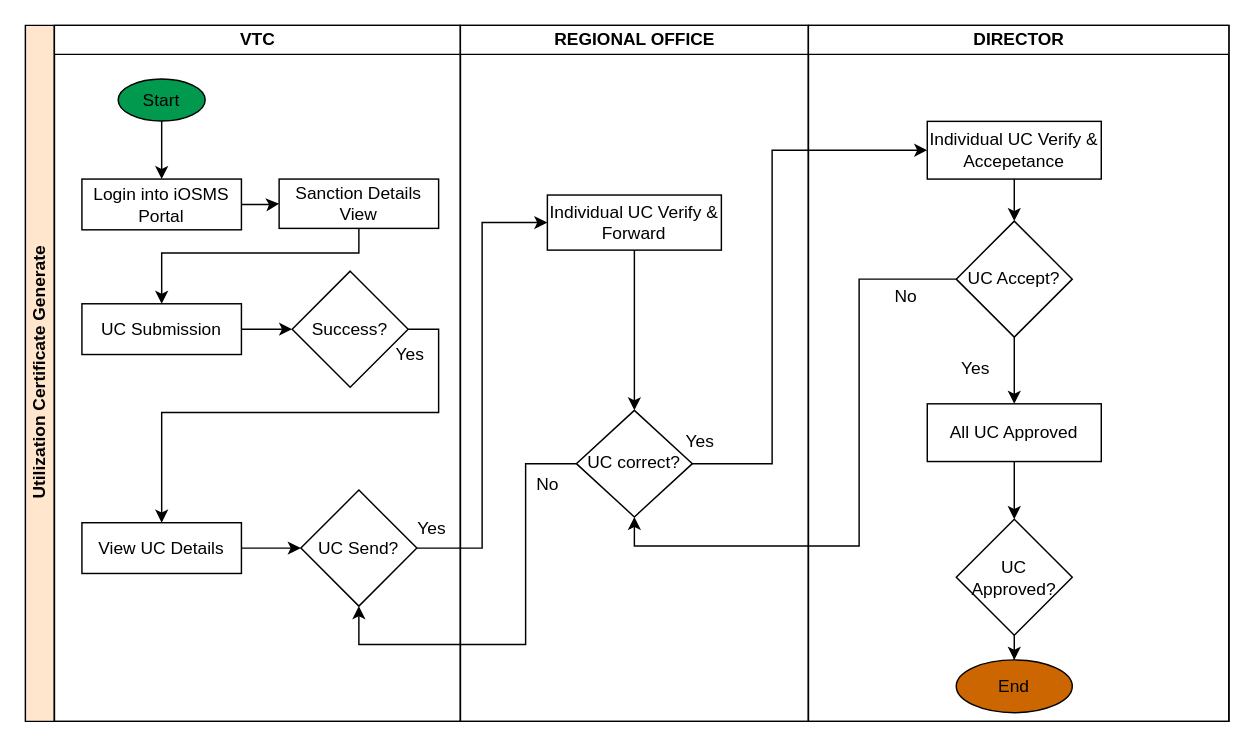
The draw.io diagram page "UC" (2 of 2) of Recurring_Grant.drawio in sourav4371/sourav, before the edit. Source tidied: cells renumbered, new cells numbered last; positions are measured from the earlier drawing's top-left corner, leaving out a move shared by most shapes. Both pictures are drawn from the tidied source at 145%, with x=0, y=0 at pixel (25, 25).
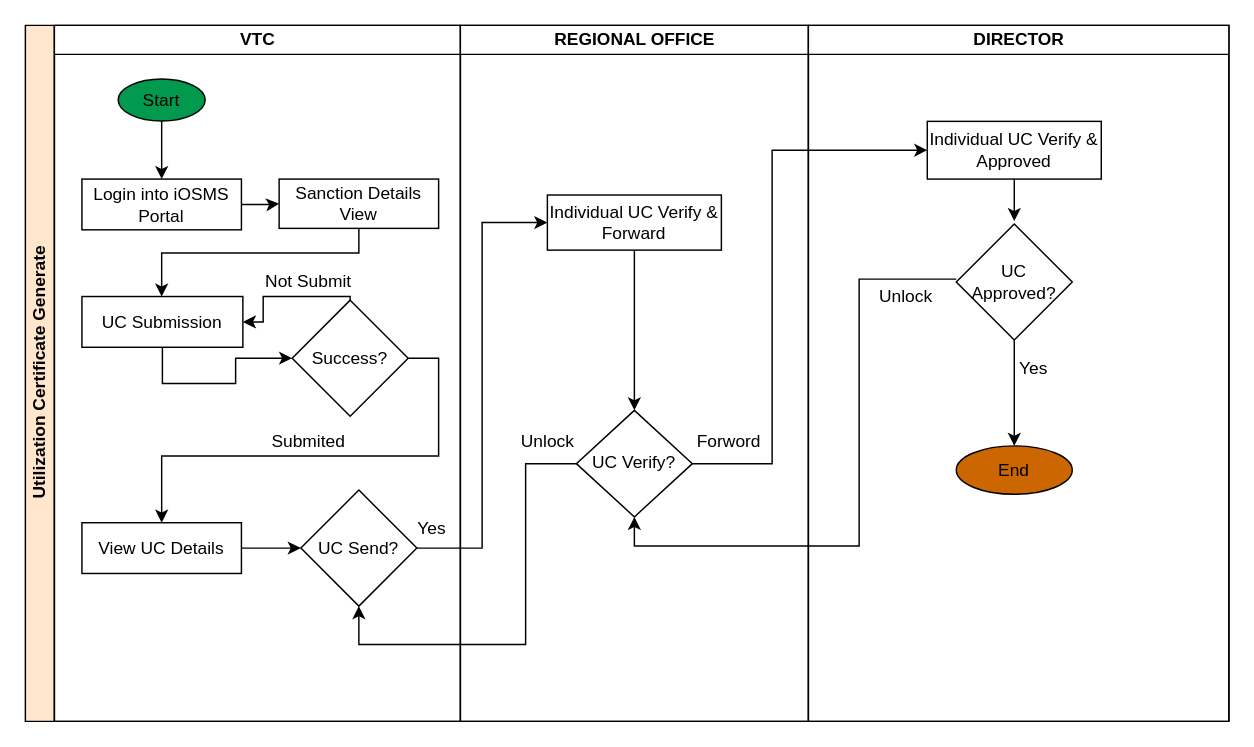
Above is the later version.

The change refers to these unchanged cells:
```xml
<mxCell id="3" value="VTC" style="swimlane;html=1;startSize=20;" parent="2" vertex="1">
  <mxGeometry x="20" width="280" height="480" as="geometry" />
</mxCell>
<mxCell id="9" value="REGIONAL OFFICE" style="swimlane;html=1;startSize=20;" parent="2" vertex="1">
  <mxGeometry x="300" width="240" height="480" as="geometry" />
</mxCell>
<mxCell id="12" value="DIRECTOR" style="swimlane;html=1;startSize=20;" parent="2" vertex="1">
  <mxGeometry x="540" width="290" height="480" as="geometry" />
</mxCell>
<mxCell id="18" value="View UC Details" style="whiteSpace=wrap;html=1;" parent="1" vertex="1">
  <mxGeometry x="39" y="343" width="110" height="35" as="geometry" />
</mxCell>
```

Diff of the diagram source:
```diff
@@
     <mxCell id="4" value="UC Submission" style="whiteSpace=wrap;html=1;" parent="3" vertex="1">
-      <mxGeometry x="19" y="192" width="110" height="35" as="geometry" />
+      <mxGeometry x="19" y="187" width="111" height="35" as="geometry" />
     </mxCell>
+    <mxCell id="41" value="Submited" style="text;html=1;align=center;verticalAlign=middle;" parent="3" vertex="1">
+      <mxGeometry x="140" y="277" width="70" height="20" as="geometry" />
+    </mxCell>
+    <mxCell id="42" value="Not Submit" style="text;html=1;align=center;verticalAlign=middle;" parent="3" vertex="1">
+      <mxGeometry x="135" y="167" width="80" height="20" as="geometry" />
+    </mxCell>
@@
-    <mxCell id="7" value="Yes" style="text;html=1;align=center;verticalAlign=middle;" parent="3" vertex="1">
-      <mxGeometry x="225" y="217" width="40" height="20" as="geometry" />
-    </mxCell>
@@
-    <mxCell id="10" value="No" style="text;html=1;align=center;verticalAlign=middle;" parent="9" vertex="1">
-      <mxGeometry x="45" y="307" width="30" height="20" as="geometry" />
+    <mxCell id="10" value="Unlock" style="text;html=1;align=center;verticalAlign=middle;" parent="9" vertex="1">
+      <mxGeometry x="35" y="277" width="50" height="20" as="geometry" />
     </mxCell>
-    <mxCell id="11" value="Yes" style="text;html=1;align=center;verticalAlign=middle;" parent="9" vertex="1">
-      <mxGeometry x="145" y="277" width="40" height="20" as="geometry" />
+    <mxCell id="11" value="Forword" style="text;html=1;align=center;verticalAlign=middle;" parent="9" vertex="1">
+      <mxGeometry x="155" y="277" width="60" height="20" as="geometry" />
     </mxCell>
@@
-    <mxCell id="13" value="No" style="text;html=1;align=center;verticalAlign=middle;" parent="12" vertex="1">
-      <mxGeometry x="52" y="177" width="30" height="20" as="geometry" />
+    <mxCell id="13" value="Unlock" style="text;html=1;align=center;verticalAlign=middle;" parent="12" vertex="1">
+      <mxGeometry x="42" y="177" width="50" height="20" as="geometry" />
     </mxCell>
-    <mxCell id="14" value="Yes" style="text;html=1;align=center;verticalAlign=middle;" parent="12" vertex="1">
-      <mxGeometry x="95" y="227" width="40" height="20" as="geometry" />
-    </mxCell>
+    <mxCell id="37" value="End" style="ellipse;whiteSpace=wrap;html=1;fillColor=#CC6600;" parent="12" vertex="1">
+      <mxGeometry x="102" y="290" width="80" height="33.4" as="geometry" />
+    </mxCell>
+    <mxCell id="30" style="edgeStyle=orthogonalEdgeStyle;rounded=0;jettySize=auto;html=1;entryX=0.5;entryY=0;entryDx=0;entryDy=0;" parent="12" edge="1" source="31" target="37">
+      <mxGeometry relative="1" as="geometry" />
+    </mxCell>
+    <mxCell id="31" value="UC Approved?" style="rhombus;whiteSpace=wrap;html=1;" parent="12" vertex="1">
+      <mxGeometry x="102" y="137" width="80" height="80" as="geometry" />
+    </mxCell>
@@
-    <mxCell id="25" value="UC correct?" style="rhombus;whiteSpace=wrap;html=1;" parent="1" vertex="1">
+    <mxCell id="25" value="UC Verify?" style="rhombus;whiteSpace=wrap;html=1;" parent="1" vertex="1">
       <mxGeometry x="380" y="265.5" width="80" height="73.5" as="geometry" />
     </mxCell>
-    <mxCell id="26" style="edgeStyle=orthogonalEdgeStyle;rounded=0;jettySize=auto;html=1;" parent="1" edge="1" source="27" target="36">
-      <mxGeometry relative="1" as="geometry" />
+    <mxCell id="26" style="edgeStyle=orthogonalEdgeStyle;rounded=0;jettySize=auto;html=1;" parent="1" edge="1" source="27">
+      <mxGeometry relative="1" as="geometry">
+        <mxPoint x="682" y="135" as="targetPoint" />
+      </mxGeometry>
     </mxCell>
-    <mxCell id="27" value="Individual UC Verify &amp;amp; Accepetance" style="whiteSpace=wrap;html=1;" parent="1" vertex="1">
+    <mxCell id="27" value="Individual UC Verify &amp;amp; Approved" style="whiteSpace=wrap;html=1;" parent="1" vertex="1">
       <mxGeometry x="622" y="66.2" width="120" height="39.8" as="geometry" />
     </mxCell>
-    <mxCell id="28" style="edgeStyle=orthogonalEdgeStyle;rounded=0;jettySize=auto;html=1;" parent="1" edge="1" source="29" target="31">
-      <mxGeometry relative="1" as="geometry" />
-    </mxCell>
-    <mxCell id="29" value="All UC Approved" style="whiteSpace=wrap;html=1;" parent="1" vertex="1">
-      <mxGeometry x="622" y="261" width="120" height="39.8" as="geometry" />
-    </mxCell>
-    <mxCell id="30" style="edgeStyle=orthogonalEdgeStyle;rounded=0;jettySize=auto;html=1;" parent="1" edge="1" source="31" target="37">
-      <mxGeometry relative="1" as="geometry" />
-    </mxCell>
-    <mxCell id="31" value="UC Approved?" style="rhombus;whiteSpace=wrap;html=1;" parent="1" vertex="1">
-      <mxGeometry x="642" y="340.6" width="80" height="80" as="geometry" />
-    </mxCell>
@@
-    <mxCell id="34" style="edgeStyle=orthogonalEdgeStyle;rounded=0;jettySize=auto;html=1;" parent="1" edge="1" source="36" target="29">
-      <mxGeometry relative="1" as="geometry" />
-    </mxCell>
-    <mxCell id="35" style="edgeStyle=orthogonalEdgeStyle;rounded=0;jettySize=auto;html=1;entryX=0.5;entryY=1;entryDx=0;entryDy=0;exitX=0;exitY=0.5;exitDx=0;exitDy=0;" parent="1" edge="1" source="36" target="25">
+    <mxCell id="35" style="edgeStyle=orthogonalEdgeStyle;rounded=0;jettySize=auto;html=1;entryX=0.5;entryY=1;entryDx=0;entryDy=0;exitX=0;exitY=0.5;exitDx=0;exitDy=0;" parent="1" edge="1" target="25">
       <mxGeometry relative="1" as="geometry">
+        <mxPoint x="642" y="175" as="sourcePoint" />
         <Array as="points">
           <mxPoint x="575" y="175" />
           <mxPoint x="575" y="359" />
           <mxPoint x="420" y="359" />
         </Array>
       </mxGeometry>
     </mxCell>
-    <mxCell id="36" value="UC Accept?" style="rhombus;whiteSpace=wrap;html=1;" parent="1" vertex="1">
-      <mxGeometry x="642" y="135" width="80" height="80" as="geometry" />
-    </mxCell>
-    <mxCell id="37" value="End" style="ellipse;whiteSpace=wrap;html=1;fillColor=#CC6600;" parent="1" vertex="1">
-      <mxGeometry x="642" y="437.6" width="80" height="36.4" as="geometry" />
-    </mxCell>
     <mxCell id="38" style="edgeStyle=orthogonalEdgeStyle;rounded=0;jettySize=auto;html=1;entryX=0.5;entryY=0;entryDx=0;entryDy=0;exitX=1;exitY=0.5;exitDx=0;exitDy=0;" parent="1" edge="1" source="39" target="18">
       <mxGeometry relative="1" as="geometry">
         <Array as="points">
-          <mxPoint x="285" y="210" />
-          <mxPoint x="285" y="267" />
-          <mxPoint x="94" y="267" />
+          <mxPoint x="285" y="230" />
+          <mxPoint x="285" y="297" />
+          <mxPoint x="94" y="297" />
         </Array>
       </mxGeometry>
     </mxCell>
+    <mxCell id="43" style="edgeStyle=orthogonalEdgeStyle;rounded=0;jettySize=auto;html=1;entryX=1;entryY=0.5;entryDx=0;entryDy=0;exitX=0.5;exitY=0;exitDx=0;exitDy=0;" parent="1" edge="1" source="39" target="4">
+      <mxGeometry relative="1" as="geometry">
+        <Array as="points">
+          <mxPoint x="224" y="187" />
+          <mxPoint x="164" y="187" />
+          <mxPoint x="164" y="205" />
+        </Array>
+      </mxGeometry>
+    </mxCell>
     <mxCell id="39" value="Success?" style="rhombus;whiteSpace=wrap;html=1;" parent="1" vertex="1">
-      <mxGeometry x="184" y="169.5" width="80" height="80" as="geometry" />
+      <mxGeometry x="184" y="189.5" width="80" height="80" as="geometry" />
     </mxCell>
-    <mxCell id="40" style="edgeStyle=orthogonalEdgeStyle;rounded=0;jettySize=auto;html=1;" parent="1" edge="1" source="4" target="39">
-      <mxGeometry relative="1" as="geometry" />
+    <mxCell id="40" style="edgeStyle=orthogonalEdgeStyle;rounded=0;jettySize=auto;html=1;exitX=0.5;exitY=1;exitDx=0;exitDy=0;entryX=0;entryY=0.5;entryDx=0;entryDy=0;" parent="1" edge="1" source="4" target="39">
+      <mxGeometry relative="1" as="geometry">
+        <Array as="points">
+          <mxPoint x="95" y="247" />
+          <mxPoint x="145" y="247" />
+          <mxPoint x="145" y="230" />
+        </Array>
+      </mxGeometry>
     </mxCell>
+    <mxCell id="44" value="Yes" style="text;html=1;align=center;verticalAlign=middle;" parent="1" vertex="1">
+      <mxGeometry x="675" y="227" width="40" height="20" as="geometry" />
+    </mxCell>
```
